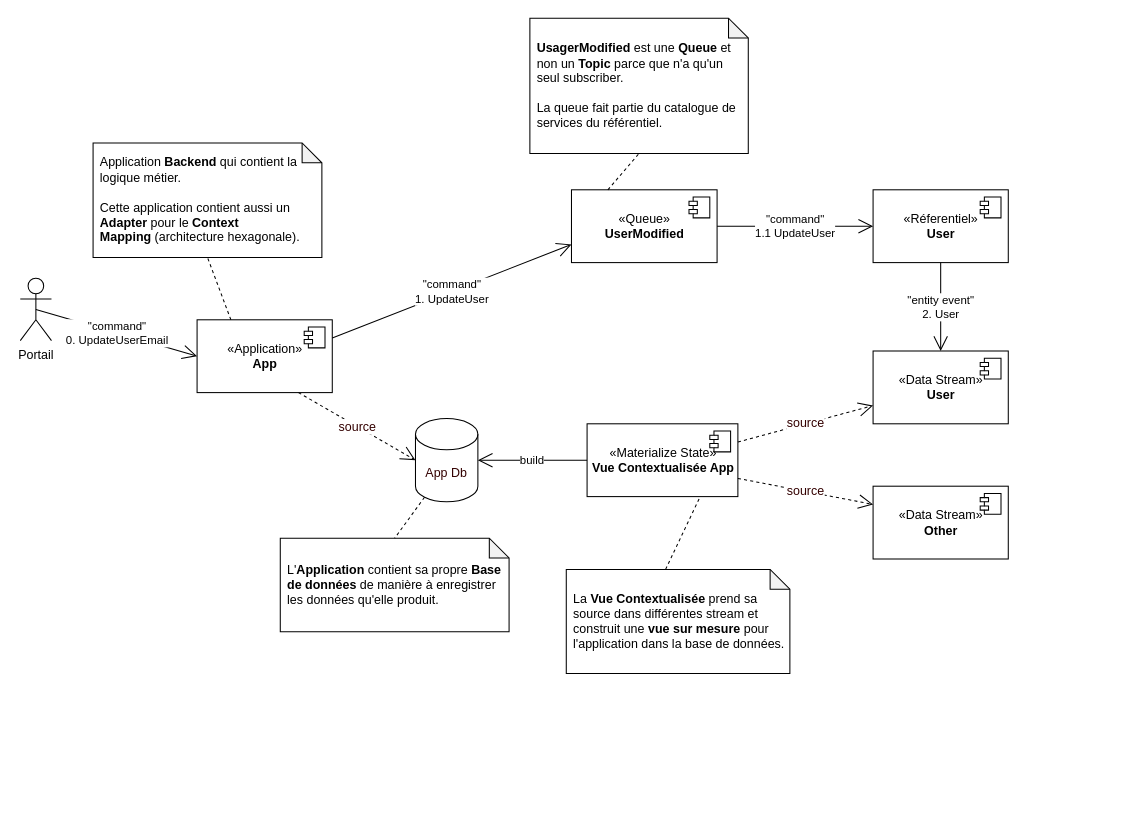
Before: page "produce-and-consume-data" (3 of 10) of drafts/data-liberation.drawio in diplomegalo/event-driven, a draw.io diagram. Source tidied: cells renumbered, new cells numbered last; positions are measured from the earlier drawing's top-left corner, leaving out a move shared by most shapes. Both pictures are drawn from the tidied source at 104%, with x=0, y=0 at pixel (20, 18).
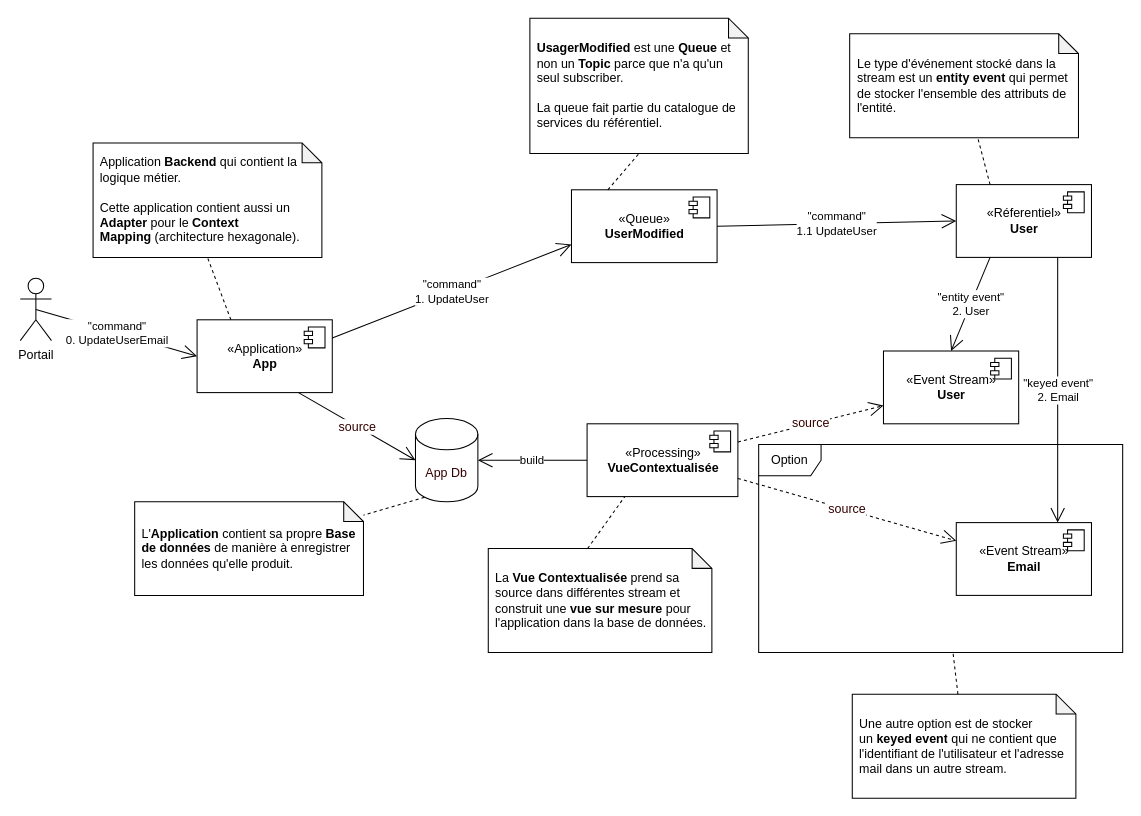
The same page after the edit.

Commit message (it also covers changes not shown here):
data stream

The change refers to these unchanged cells:
```xml
<mxCell id="2" value="«Application»&lt;br&gt;&lt;b&gt;App&lt;/b&gt;" style="html=1;" parent="1" vertex="1">
  <mxGeometry x="170" y="290" width="130" height="70" as="geometry" />
</mxCell>
<mxCell id="27" value="App Db" style="shape=cylinder3;whiteSpace=wrap;html=1;boundedLbl=1;backgroundOutline=1;size=15;fontSize=12;fontColor=#330000;align=center;" parent="1" vertex="1">
  <mxGeometry x="380" y="385" width="60" height="80" as="geometry" />
</mxCell>
```

Diff of the diagram source:
```diff
@@
+    <mxCell id="32" value="Option" style="shape=umlFrame;whiteSpace=wrap;html=1;" parent="1" vertex="1">
+      <mxGeometry x="710" y="410" width="350" height="200" as="geometry" />
+    </mxCell>
@@
     <mxCell id="13" value="«Réferentiel»&lt;br&gt;&lt;b&gt;User&lt;/b&gt;" style="html=1;" parent="1" vertex="1">
-      <mxGeometry x="820" y="165" width="130" height="70" as="geometry" />
+      <mxGeometry x="900" y="160" width="130" height="70" as="geometry" />
     </mxCell>
@@
-    <mxCell id="16" value="«Data Stream»&lt;br&gt;&lt;b&gt;User&lt;/b&gt;" style="html=1;" parent="1" vertex="1">
-      <mxGeometry x="820" y="320" width="130" height="70" as="geometry" />
+    <mxCell id="16" value="«Event Stream»&lt;br&gt;&lt;b&gt;User&lt;/b&gt;" style="html=1;" parent="1" vertex="1">
+      <mxGeometry x="830" y="320" width="130" height="70" as="geometry" />
     </mxCell>
@@
-    <mxCell id="18" value="&quot;entity event&quot;&lt;br&gt;2. User" style="endArrow=open;endFill=1;endSize=12;html=1;exitX=0.5;exitY=1;exitDx=0;exitDy=0;entryX=0.5;entryY=0;entryDx=0;entryDy=0;" parent="1" edge="1" source="13" target="16">
+    <mxCell id="18" value="&quot;entity event&quot;&lt;br&gt;2. User" style="endArrow=open;endFill=1;endSize=12;html=1;exitX=0.25;exitY=1;exitDx=0;exitDy=0;entryX=0.5;entryY=0;entryDx=0;entryDy=0;" parent="1" edge="1" source="13" target="16">
       <mxGeometry relative="1" as="geometry" />
     </mxCell>
-    <mxCell id="19" value="«Materialize State»&lt;br&gt;&lt;b&gt;Vue Contextualisée App&lt;/b&gt;" style="html=1;" parent="1" vertex="1">
+    <mxCell id="19" value="«Processing»&lt;br&gt;&lt;b&gt;VueContextualisée&lt;/b&gt;" style="html=1;" parent="1" vertex="1">
       <mxGeometry x="545" y="390" width="145" height="70" as="geometry" />
     </mxCell>
@@
-    <mxCell id="21" value="«Data Stream»&lt;br&gt;&lt;b&gt;Other&lt;/b&gt;" style="html=1;" parent="1" vertex="1">
-      <mxGeometry x="820" y="450" width="130" height="70" as="geometry" />
+    <mxCell id="21" value="«Event Stream»&lt;br&gt;&lt;b&gt;Email&lt;/b&gt;" style="html=1;" parent="1" vertex="1">
+      <mxGeometry x="900" y="485" width="130" height="70" as="geometry" />
     </mxCell>
@@
     <mxCell id="25" value="La&lt;b&gt; Vue Contextualisée&lt;/b&gt;&amp;nbsp;prend sa source dans différentes stream et construit une &lt;b&gt;vue sur mesure&lt;/b&gt;&amp;nbsp;pour l'application dans la base de données." style="shape=note;whiteSpace=wrap;html=1;backgroundOutline=1;darkOpacity=0.05;size=19;align=left;spacingLeft=5;spacingRight=0;" parent="1" vertex="1">
-      <mxGeometry x="525" y="530" width="215" height="100" as="geometry" />
+      <mxGeometry x="450" y="510" width="215" height="100" as="geometry" />
     </mxCell>
-    <mxCell id="26" style="endArrow=none;dashed=1;html=1;exitX=0;exitY=0;exitDx=95.5;exitDy=0;entryX=0.75;entryY=1;entryDx=0;entryDy=0;exitPerimeter=0;" parent="1" edge="1" source="25" target="19">
+    <mxCell id="26" style="endArrow=none;dashed=1;html=1;exitX=0;exitY=0;exitDx=95.5;exitDy=0;entryX=0.25;entryY=1;entryDx=0;entryDy=0;exitPerimeter=0;" parent="1" edge="1" source="25" target="19">
       <mxGeometry relative="1" as="geometry" />
     </mxCell>
@@
-    <mxCell id="28" value="source" style="endArrow=open;endSize=12;dashed=1;html=1;fontSize=12;fontColor=#330000;exitX=0.75;exitY=1;exitDx=0;exitDy=0;entryX=0;entryY=0.5;entryDx=0;entryDy=0;entryPerimeter=0;" parent="1" edge="1" source="2" target="27">
+    <mxCell id="28" value="source" style="endArrow=open;endSize=12;html=1;fontSize=12;fontColor=#330000;exitX=0.75;exitY=1;exitDx=0;exitDy=0;entryX=0;entryY=0.5;entryDx=0;entryDy=0;entryPerimeter=0;" parent="1" edge="1" source="2" target="27">
       <mxGeometry relative="1" as="geometry" />
     </mxCell>
     <mxCell id="29" value="L'&lt;b&gt;Application&lt;/b&gt;&amp;nbsp;contient sa propre &lt;b&gt;Base de données&lt;/b&gt;&amp;nbsp;de manière à enregistrer les données qu'elle produit." style="shape=note;whiteSpace=wrap;html=1;backgroundOutline=1;darkOpacity=0.05;size=19;align=left;spacingLeft=5;spacingRight=0;" parent="1" vertex="1">
-      <mxGeometry x="250" y="500" width="220" height="90" as="geometry" />
+      <mxGeometry x="110" y="465" width="220" height="90" as="geometry" />
     </mxCell>
-    <mxCell id="30" style="endArrow=none;dashed=1;html=1;exitX=0.145;exitY=1;exitDx=0;exitDy=-4.35;entryX=0.5;entryY=0;entryDx=0;entryDy=0;entryPerimeter=0;exitPerimeter=0;" parent="1" edge="1" source="27" target="29">
+    <mxCell id="30" style="endArrow=none;dashed=1;html=1;exitX=0.145;exitY=1;exitDx=0;exitDy=-4.35;exitPerimeter=0;" parent="1" edge="1" source="27" target="29">
       <mxGeometry relative="1" as="geometry" />
     </mxCell>
@@
+    <mxCell id="33" value="&quot;keyed event&quot;&lt;br&gt;2. Email" style="endArrow=open;endFill=1;endSize=12;html=1;exitX=0.75;exitY=1;exitDx=0;exitDy=0;entryX=0.75;entryY=0;entryDx=0;entryDy=0;" parent="1" edge="1" source="13" target="21">
+      <mxGeometry relative="1" as="geometry" />
+    </mxCell>
+    <mxCell id="34" style="endArrow=none;dashed=1;html=1;exitX=0.25;exitY=0;exitDx=0;exitDy=0;" parent="1" edge="1" source="13" target="36">
+      <mxGeometry relative="1" as="geometry" />
+    </mxCell>
+    <mxCell id="35" value="&lt;span style=&quot;background-color: rgb(255, 255, 255);&quot;&gt;Une autre option est de stocker un&amp;nbsp;&lt;/span&gt;&lt;b style=&quot;&quot;&gt;keyed event&lt;/b&gt;&lt;span style=&quot;background-color: rgb(255, 255, 255);&quot;&gt;&amp;nbsp;qui ne contient que l'identifiant de l'utilisateur et l'adresse mail dans un autre stream.&lt;/span&gt;" style="shape=note;whiteSpace=wrap;html=1;backgroundOutline=1;darkOpacity=0.05;size=19;align=left;spacingLeft=5;spacingRight=0;" parent="1" vertex="1">
+      <mxGeometry x="800" y="650" width="215" height="100" as="geometry" />
+    </mxCell>
+    <mxCell id="36" value="&lt;span style=&quot;background-color: rgb(255 , 255 , 255)&quot;&gt;Le type d'événement stocké dans la stream&amp;nbsp;est un&amp;nbsp;&lt;/span&gt;&lt;b&gt;entity event&lt;/b&gt;&lt;span style=&quot;background-color: rgb(255 , 255 , 255)&quot;&gt;&amp;nbsp;qui permet de stocker l'ensemble des attributs de l'entité&lt;/span&gt;." style="shape=note;whiteSpace=wrap;html=1;backgroundOutline=1;darkOpacity=0.05;size=19;align=left;spacingLeft=5;spacingRight=0;" parent="1" vertex="1">
+      <mxGeometry x="797.5" y="15" width="220" height="100" as="geometry" />
+    </mxCell>
+    <mxCell id="37" style="endArrow=none;dashed=1;html=1;" parent="1" edge="1" source="35" target="32">
+      <mxGeometry relative="1" as="geometry" />
+    </mxCell>
```
